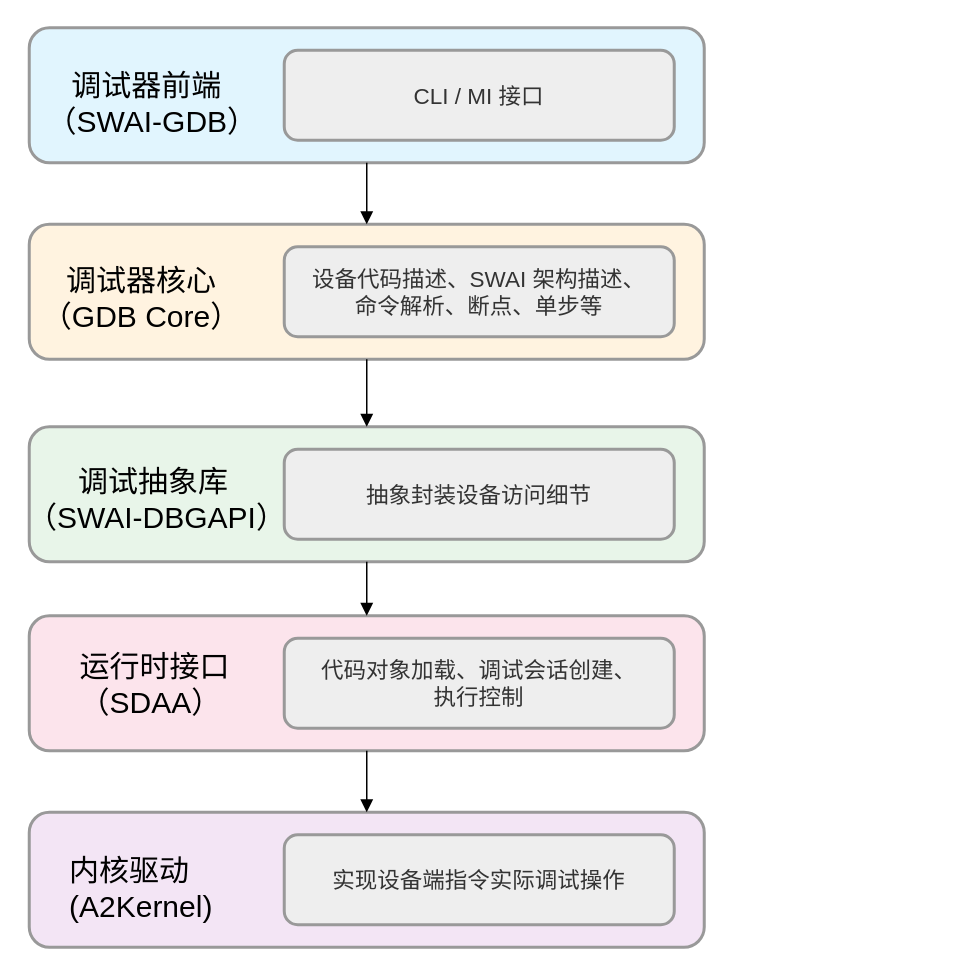
The draw.io diagram swai-gdb_arch-v2.drawio in HanxuLiu/drawio-files, before the edit. Source tidied: cells renumbered, new cells numbered last; positions are measured from the earlier drawing's top-left corner, leaving out a move shared by most shapes. Both pictures are drawn from the tidied source at 150%, with x=0, y=0 at pixel (26, 27).
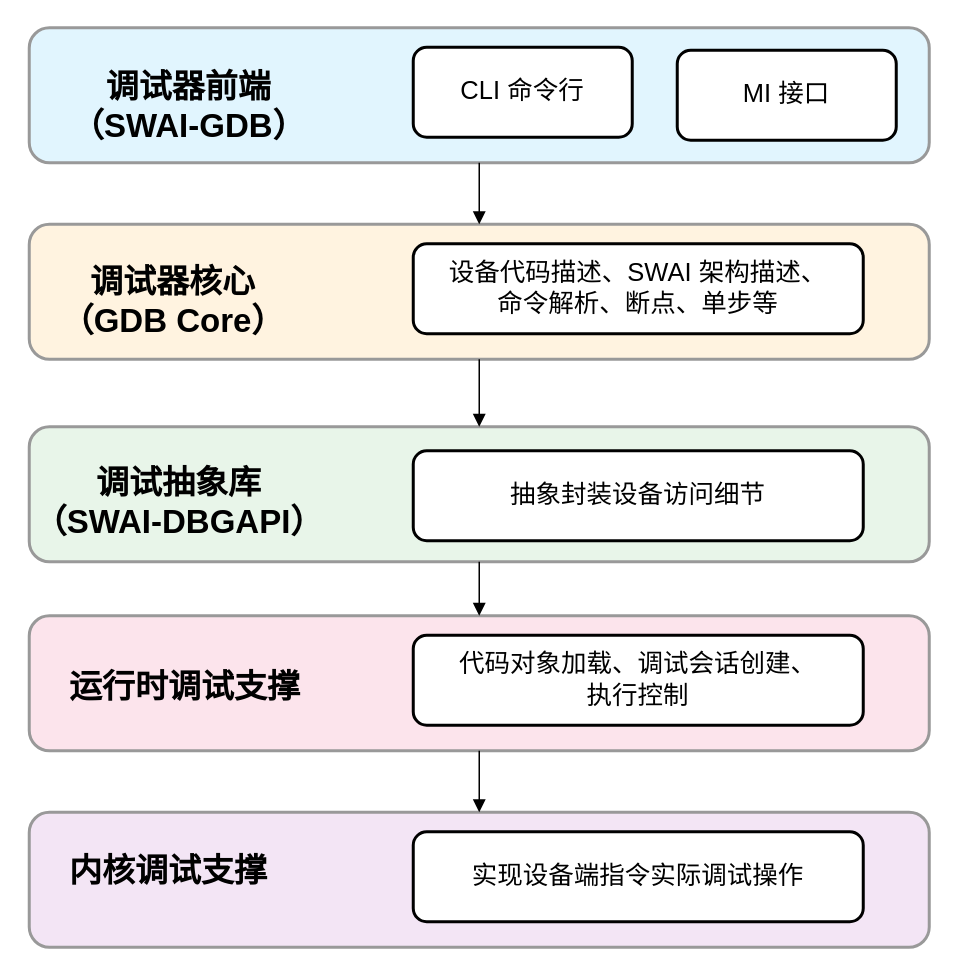
The same diagram, later.

Diff of the diagram source:
```diff
@@
     <mxCell id="2" value="&#10;" style="whiteSpace=wrap;strokeWidth=2;fillColor=#f3e5f5;strokeColor=light-dark(#999999,#cccccc);fontColor=light-dark(#333333,#cccccc);shadow=0;rounded=1;fontSize=16;" parent="1" vertex="1">
-      <mxGeometry x="2" y="523" width="450" height="90" as="geometry" />
+      <mxGeometry x="2" y="523" width="600" height="90" as="geometry" />
     </mxCell>
     <mxCell id="3" value="&#10;" style="whiteSpace=wrap;strokeWidth=2;fillColor=#fce4ec;strokeColor=light-dark(#999999,#cccccc);fontColor=light-dark(#333333,#cccccc);shadow=0;rounded=1;fontSize=16;" parent="1" vertex="1">
-      <mxGeometry x="2" y="392" width="450" height="90" as="geometry" />
+      <mxGeometry x="2" y="392" width="600" height="90" as="geometry" />
     </mxCell>
     <mxCell id="4" style="whiteSpace=wrap;strokeWidth=2;fillColor=#e8f5e9;strokeColor=light-dark(#999999,#cccccc);fontColor=light-dark(#333333,#cccccc);shadow=0;rounded=1;fontSize=16;" parent="1" vertex="1">
-      <mxGeometry x="2" y="266" width="450" height="90" as="geometry" />
+      <mxGeometry x="2" y="266" width="600" height="90" as="geometry" />
     </mxCell>
     <mxCell id="5" value="&#10;" style="whiteSpace=wrap;strokeWidth=2;fillColor=#fff3e0;strokeColor=light-dark(#999999,#cccccc);fontColor=light-dark(#333333,#cccccc);shadow=0;rounded=1;fontSize=16;" parent="1" vertex="1">
-      <mxGeometry x="2" y="131" width="450" height="90" as="geometry" />
+      <mxGeometry x="2" y="131" width="600" height="90" as="geometry" />
     </mxCell>
     <mxCell id="6" value="&#10;" style="whiteSpace=wrap;strokeWidth=2;fillColor=#e1f5fe;strokeColor=light-dark(#999999,#cccccc);fontColor=light-dark(#333333,#cccccc);rounded=1;shadow=0;fontSize=16;align=left;" parent="1" vertex="1">
-      <mxGeometry x="2" width="450" height="90" as="geometry" />
+      <mxGeometry x="2" width="600" height="90" as="geometry" />
     </mxCell>
-    <mxCell id="7" value="CLI / MI 接口" style="whiteSpace=wrap;strokeWidth=2;fillColor=light-dark(#eeeeee,#1f2020);strokeColor=light-dark(#999999,#cccccc);fontColor=light-dark(#333333,#cccccc);shadow=0;rounded=1;fontSize=15;" parent="1" vertex="1">
-      <mxGeometry x="172" y="15" width="260" height="60" as="geometry" />
+    <mxCell id="7" value="CLI 命令行" style="whiteSpace=wrap;strokeWidth=2;shadow=0;rounded=1;fontSize=17;" parent="1" vertex="1">
+      <mxGeometry x="258" y="13" width="146" height="60" as="geometry" />
     </mxCell>
-    <mxCell id="8" value="设备代码描述、SWAI 架构描述、&#10;命令解析、断点、单步等" style="whiteSpace=wrap;strokeWidth=2;fillColor=light-dark(#eeeeee,#1f2020);strokeColor=light-dark(#999999,#cccccc);fontColor=light-dark(#333333,#cccccc);shadow=0;rounded=1;fontSize=15;" parent="1" vertex="1">
-      <mxGeometry x="172" y="146" width="260" height="60" as="geometry" />
+    <mxCell id="8" value="设备代码描述、SWAI 架构描述、&#10;命令解析、断点、单步等" style="whiteSpace=wrap;strokeWidth=2;shadow=0;rounded=1;fontSize=17;" parent="1" vertex="1">
+      <mxGeometry x="258" y="144" width="300" height="60" as="geometry" />
     </mxCell>
-    <mxCell id="9" value="抽象封装设备访问细节" style="whiteSpace=wrap;strokeWidth=2;fillColor=light-dark(#eeeeee,#1f2020);strokeColor=light-dark(#999999,#cccccc);fontColor=light-dark(#333333,#cccccc);shadow=0;rounded=1;fontSize=15;" parent="1" vertex="1">
-      <mxGeometry x="172" y="281" width="260" height="60" as="geometry" />
+    <mxCell id="9" value="抽象封装设备访问细节" style="whiteSpace=wrap;strokeWidth=2;shadow=0;rounded=1;fontSize=17;" parent="1" vertex="1">
+      <mxGeometry x="258" y="282" width="300" height="60" as="geometry" />
     </mxCell>
-    <mxCell id="10" value="代码对象加载、调试会话创建、&#10;执行控制" style="whiteSpace=wrap;strokeWidth=2;fillColor=light-dark(#eeeeee,#1f2020);strokeColor=light-dark(#999999,#cccccc);fontColor=light-dark(#333333,#cccccc);shadow=0;rounded=1;fontSize=15;" parent="1" vertex="1">
-      <mxGeometry x="172" y="407" width="260" height="60" as="geometry" />
+    <mxCell id="10" value="代码对象加载、调试会话创建、&#10;执行控制" style="whiteSpace=wrap;strokeWidth=2;shadow=0;rounded=1;fontSize=17;" parent="1" vertex="1">
+      <mxGeometry x="258" y="405" width="300" height="60" as="geometry" />
     </mxCell>
-    <mxCell id="11" value="实现设备端指令实际调试操作" style="whiteSpace=wrap;strokeWidth=2;fillColor=light-dark(#eeeeee,#1f2020);strokeColor=light-dark(#999999,#cccccc);fontColor=light-dark(#333333,#cccccc);shadow=0;rounded=1;fontSize=15;" parent="1" vertex="1">
-      <mxGeometry x="172" y="538" width="260" height="60" as="geometry" />
+    <mxCell id="11" value="实现设备端指令实际调试操作" style="whiteSpace=wrap;strokeWidth=2;shadow=0;rounded=1;fontSize=17;" parent="1" vertex="1">
+      <mxGeometry x="258" y="536" width="300" height="60" as="geometry" />
     </mxCell>
-    <mxCell id="12" style="curved=1;startArrow=none;endArrow=block;entryX=0.5;entryY=0;rounded=0;entryDx=0;entryDy=0;shadow=0;fontSize=14;exitX=0.5;exitY=1;exitDx=0;exitDy=0;" parent="1" edge="1" source="6" target="5">
+    <mxCell id="12" style="curved=1;startArrow=none;endArrow=block;entryX=0.5;entryY=0;rounded=0;entryDx=0;entryDy=0;shadow=0;fontSize=17;exitX=0.5;exitY=1;exitDx=0;exitDy=0;" parent="1" edge="1" source="6" target="5">
       <mxGeometry relative="1" as="geometry" />
     </mxCell>
-    <mxCell id="13" style="curved=1;startArrow=none;endArrow=block;exitX=0.5;exitY=1;entryX=0.5;entryY=0;rounded=0;entryDx=0;entryDy=0;shadow=0;fontSize=14;exitDx=0;exitDy=0;" parent="1" edge="1" source="5" target="4">
+    <mxCell id="13" style="curved=1;startArrow=none;endArrow=block;exitX=0.5;exitY=1;entryX=0.5;entryY=0;rounded=0;entryDx=0;entryDy=0;shadow=0;fontSize=17;exitDx=0;exitDy=0;" parent="1" edge="1" source="5" target="4">
       <mxGeometry relative="1" as="geometry" />
     </mxCell>
-    <mxCell id="14" style="curved=1;startArrow=none;endArrow=block;rounded=0;shadow=0;fontSize=14;entryX=0.5;entryY=0;entryDx=0;entryDy=0;exitX=0.5;exitY=1;exitDx=0;exitDy=0;" parent="1" edge="1" source="4" target="3">
+    <mxCell id="14" style="curved=1;startArrow=none;endArrow=block;rounded=0;shadow=0;fontSize=17;entryX=0.5;entryY=0;entryDx=0;entryDy=0;exitX=0.5;exitY=1;exitDx=0;exitDy=0;" parent="1" edge="1" source="4" target="3">
       <mxGeometry relative="1" as="geometry" />
     </mxCell>
-    <mxCell id="15" style="curved=1;startArrow=none;endArrow=block;exitX=0.5;exitY=1;rounded=0;shadow=0;fontSize=14;entryX=0.5;entryY=0;entryDx=0;entryDy=0;exitDx=0;exitDy=0;" parent="1" edge="1" source="3" target="2">
+    <mxCell id="15" style="curved=1;startArrow=none;endArrow=block;exitX=0.5;exitY=1;rounded=0;shadow=0;fontSize=17;entryX=0.5;entryY=0;entryDx=0;entryDy=0;exitDx=0;exitDy=0;" parent="1" edge="1" source="3" target="2">
       <mxGeometry relative="1" as="geometry" />
     </mxCell>
-    <mxCell id="16" value="调试器前端&lt;div&gt;（SWAI-GDB）&lt;/div&gt;" style="text;whiteSpace=wrap;html=1;fontSize=20;align=center;" parent="1" vertex="1">
-      <mxGeometry x="13" y="20" width="135" height="50" as="geometry" />
+    <mxCell id="16" value="调试器前端&lt;div&gt;（SWAI-GDB）&lt;/div&gt;" style="text;whiteSpace=wrap;html=1;fontSize=22;align=center;fontStyle=1;" parent="1" vertex="1">
+      <mxGeometry x="13" y="20" width="191" height="50" as="geometry" />
     </mxCell>
-    <mxCell id="17" value="调试器核心&lt;div&gt;（GDB Core）&lt;/div&gt;" style="text;whiteSpace=wrap;html=1;fontSize=20;align=center;" parent="1" vertex="1">
-      <mxGeometry x="2" y="150" width="150" height="40" as="geometry" />
+    <mxCell id="17" value="调试器核心&lt;div&gt;（GDB Core）&lt;/div&gt;" style="text;whiteSpace=wrap;html=1;fontSize=22;align=center;fontStyle=1;" parent="1" vertex="1">
+      <mxGeometry x="2" y="150" width="192" height="40" as="geometry" />
     </mxCell>
-    <mxCell id="18" value="运行时接口&lt;div&gt;（SDAA）&lt;/div&gt;" style="text;whiteSpace=wrap;html=1;fontSize=20;" parent="1" vertex="1">
-      <mxGeometry x="34" y="407" width="110" height="60" as="geometry" />
+    <mxCell id="18" value="运行时调试支撑" style="text;whiteSpace=wrap;html=1;fontSize=22;fontStyle=1;" parent="1" vertex="1">
+      <mxGeometry x="27" y="420" width="191" height="60" as="geometry" />
     </mxCell>
-    <mxCell id="19" value="内核驱动&lt;div&gt;(A2Kernel)&lt;/div&gt;" style="text;whiteSpace=wrap;html=1;fontSize=20;" parent="1" vertex="1">
-      <mxGeometry x="27" y="543" width="110" height="50" as="geometry" />
+    <mxCell id="19" value="内核调试支撑" style="text;whiteSpace=wrap;html=1;fontSize=22;fontStyle=1;" parent="1" vertex="1">
+      <mxGeometry x="27" y="543" width="167" height="50" as="geometry" />
     </mxCell>
-    <mxCell id="20" value="调试抽象库&lt;div&gt;（SWAI-DBGAPI）&lt;/div&gt;" style="text;whiteSpace=wrap;html=1;fontSize=20;align=center;" parent="1" vertex="1">
-      <mxGeometry y="284" width="170" height="40" as="geometry" />
+    <mxCell id="20" value="调试抽象库&lt;div&gt;（SWAI-DBGAPI）&lt;/div&gt;" style="text;whiteSpace=wrap;html=1;fontSize=22;align=center;fontStyle=1;" parent="1" vertex="1">
+      <mxGeometry y="284" width="204" height="40" as="geometry" />
     </mxCell>
+    <mxCell id="21" value="MI 接口" style="whiteSpace=wrap;strokeWidth=2;shadow=0;rounded=1;fontSize=17;" parent="1" vertex="1">
+      <mxGeometry x="434" y="15" width="146" height="60" as="geometry" />
+    </mxCell>
```
